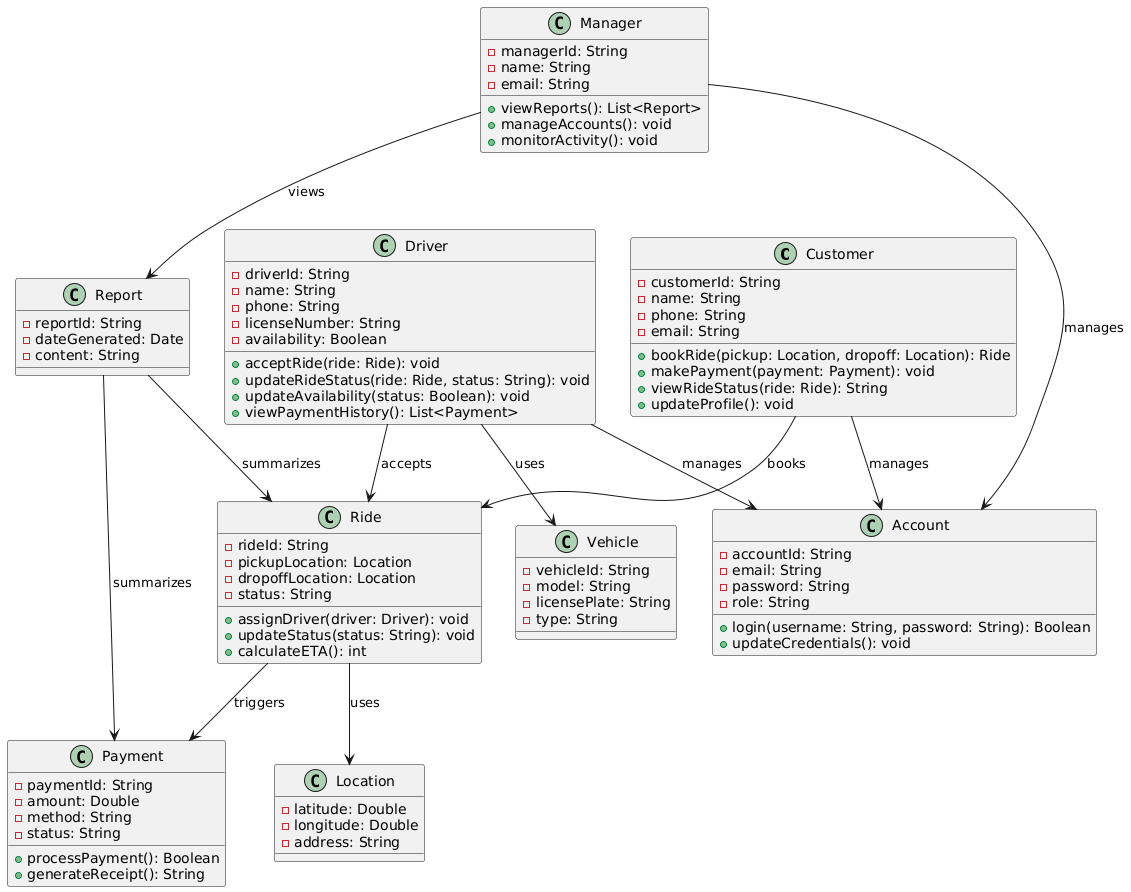
CheetoBuri/SE_SmartRide keeps this PlantUML diagram as UML Diagram/UMLDiagramImg.png. Above is the earlier version.
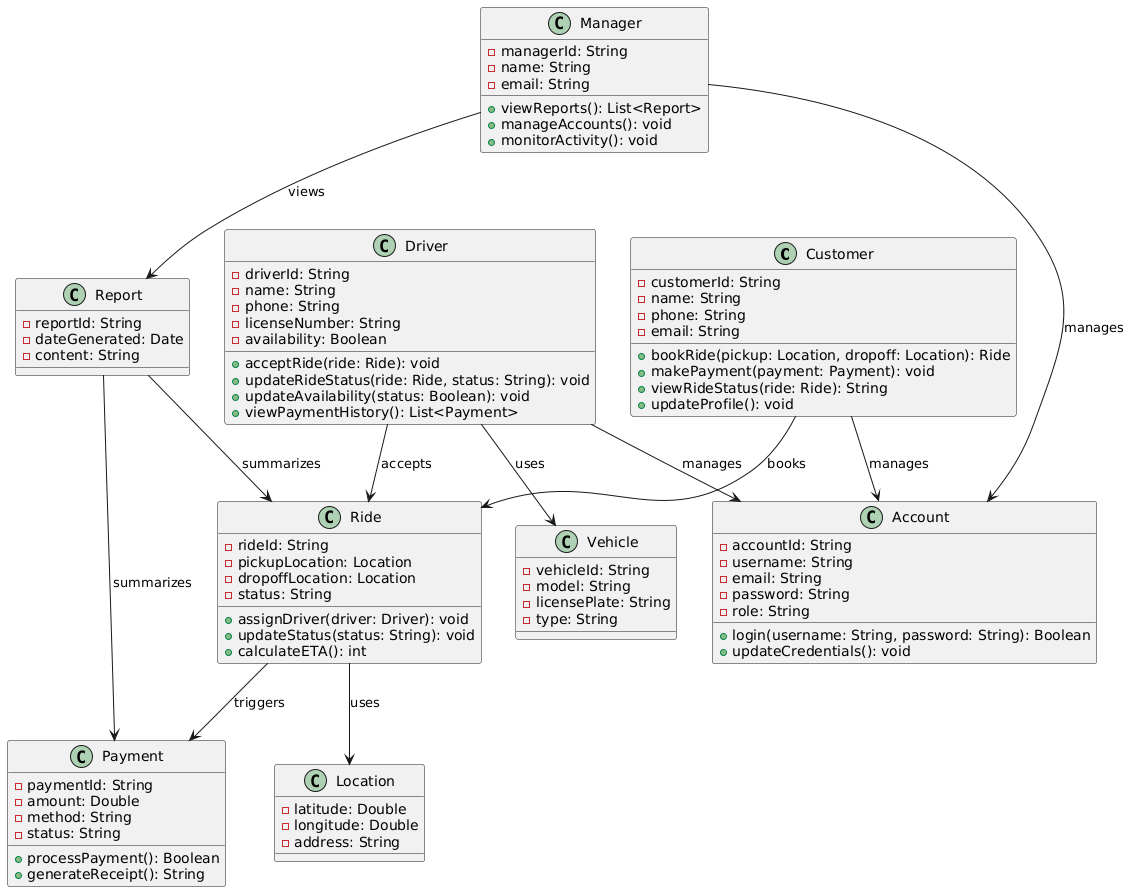
After the change.

Change to the diagram source:
```diff
@@ -53,6 +53,7 @@
 
 class Account {
   - accountId: String
+  - username: String
   - email: String
   - password: String
   - role: String
```
